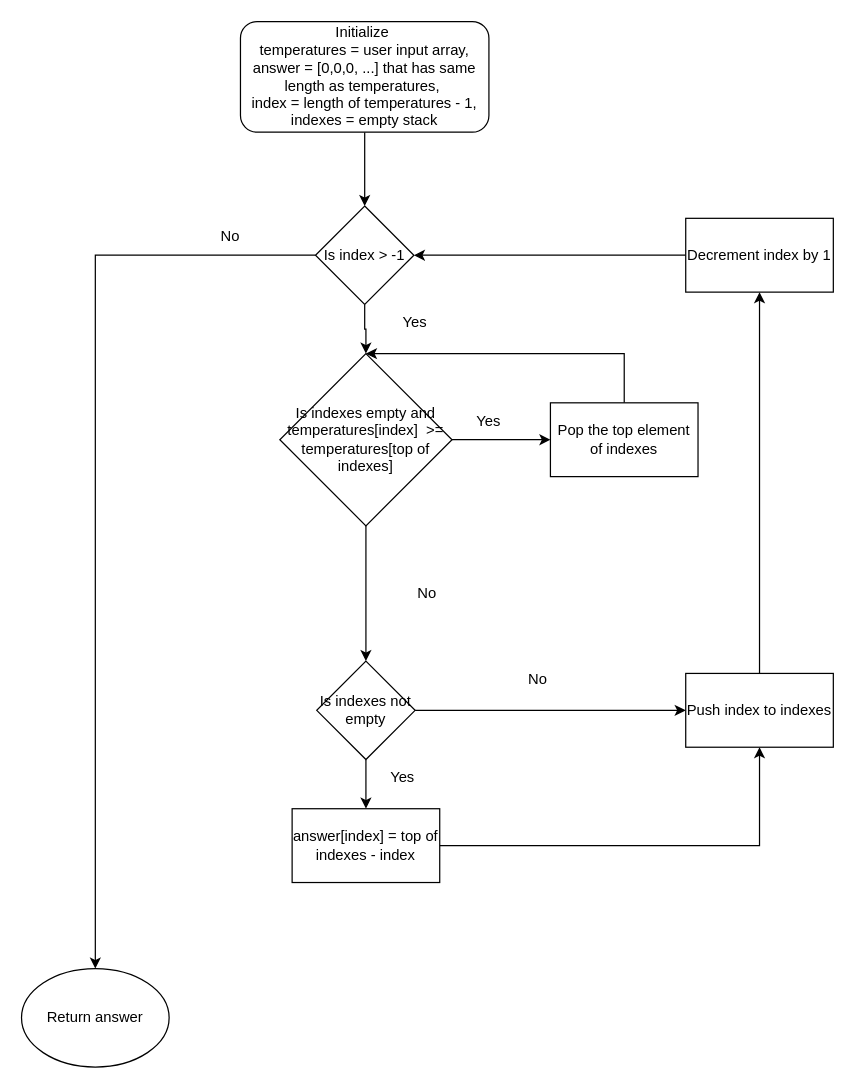
The draw.io diagram DailyWeather.drawio in kenglordpanda/CS797_FlowCharts, before the edit. Source tidied: cells renumbered, new cells numbered last; positions are measured from the earlier drawing's top-left corner, leaving out a move shared by most shapes. Both pictures are drawn from the tidied source at 123%, with x=0, y=0 at pixel (21, 21).
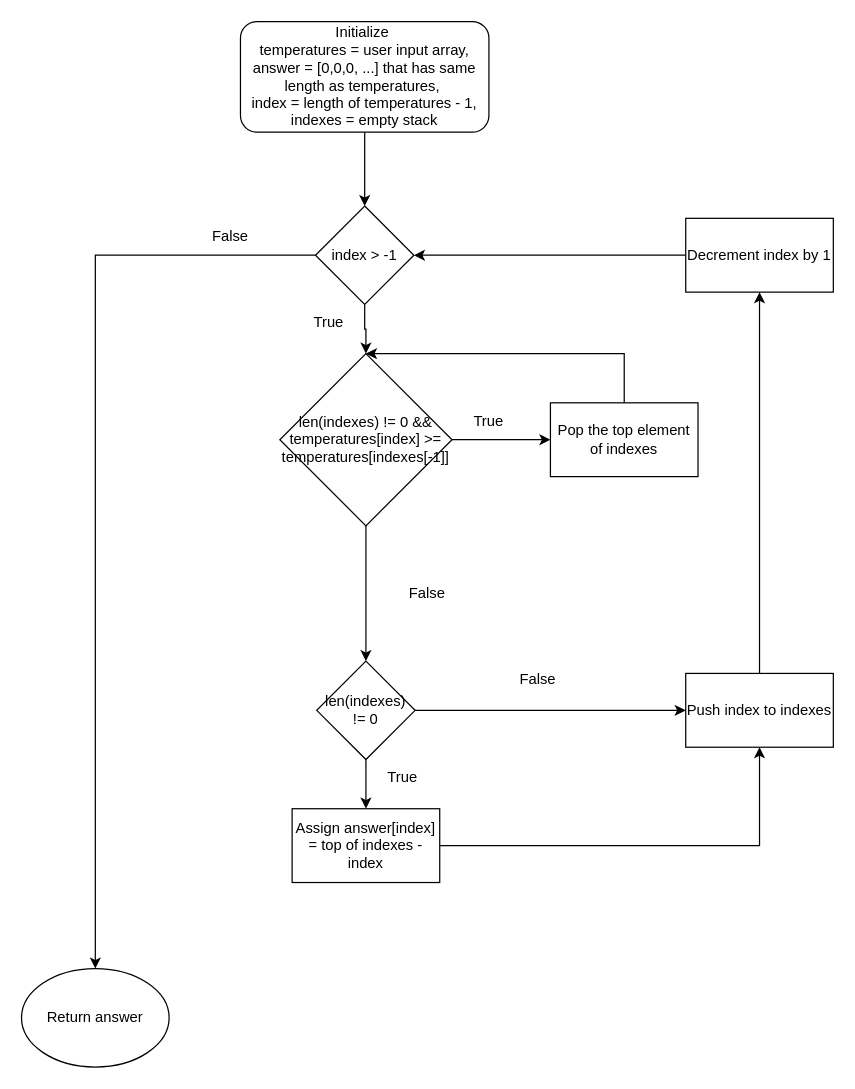
After the change.

Change to the diagram source:
```diff
@@
-    <mxCell id="6" value="Is index &amp;gt; -1" style="rhombus;whiteSpace=wrap;html=1;" parent="1" vertex="1">
+    <mxCell id="6" value="index &amp;gt; -1" style="rhombus;whiteSpace=wrap;html=1;" parent="1" vertex="1">
       <mxGeometry x="239" y="150" width="80" height="80" as="geometry" />
     </mxCell>
@@
-    <mxCell id="8" value="No" style="text;html=1;align=center;verticalAlign=middle;whiteSpace=wrap;rounded=0;" parent="1" vertex="1">
+    <mxCell id="8" value="False" style="text;html=1;align=center;verticalAlign=middle;whiteSpace=wrap;rounded=0;" parent="1" vertex="1">
       <mxGeometry x="140" y="160" width="60" height="30" as="geometry" />
     </mxCell>
-    <mxCell id="9" value="Yes" style="text;html=1;align=center;verticalAlign=middle;whiteSpace=wrap;rounded=0;" parent="1" vertex="1">
-      <mxGeometry x="290" y="230" width="60" height="30" as="geometry" />
+    <mxCell id="9" value="True" style="text;html=1;align=center;verticalAlign=middle;whiteSpace=wrap;rounded=0;" parent="1" vertex="1">
+      <mxGeometry x="220" y="230" width="60" height="30" as="geometry" />
     </mxCell>
@@
-    <mxCell id="12" value="Is indexes empty and temperatures[index]&amp;nbsp; &amp;gt;= temperatures[top of indexes]" style="rhombus;whiteSpace=wrap;html=1;" parent="1" vertex="1">
+    <mxCell id="12" value="len(indexes) != 0 &amp;amp;&amp;amp; temperatures[index] &amp;gt;= temperatures[indexes[-1]]" style="rhombus;whiteSpace=wrap;html=1;" parent="1" vertex="1">
       <mxGeometry x="210" y="270" width="140" height="140" as="geometry" />
     </mxCell>
@@
-    <mxCell id="15" value="Is indexes not empty" style="rhombus;whiteSpace=wrap;html=1;" parent="1" vertex="1">
+    <mxCell id="15" value="len(indexes) != 0" style="rhombus;whiteSpace=wrap;html=1;" parent="1" vertex="1">
       <mxGeometry x="240" y="520" width="80" height="80" as="geometry" />
     </mxCell>
@@
-    <mxCell id="18" value="Yes" style="text;html=1;align=center;verticalAlign=middle;whiteSpace=wrap;rounded=0;" parent="1" vertex="1">
+    <mxCell id="18" value="True" style="text;html=1;align=center;verticalAlign=middle;whiteSpace=wrap;rounded=0;" parent="1" vertex="1">
       <mxGeometry x="350" y="310" width="60" height="30" as="geometry" />
     </mxCell>
@@
-    <mxCell id="20" value="answer[index] = top of indexes - index" style="rounded=0;whiteSpace=wrap;html=1;" parent="1" vertex="1">
+    <mxCell id="20" value="Assign answer[index] = top of indexes - index" style="rounded=0;whiteSpace=wrap;html=1;" parent="1" vertex="1">
       <mxGeometry x="220" y="640" width="120" height="60" as="geometry" />
     </mxCell>
@@
-    <mxCell id="25" value="Yes" style="text;html=1;align=center;verticalAlign=middle;whiteSpace=wrap;rounded=0;" parent="1" vertex="1">
+    <mxCell id="25" value="True" style="text;html=1;align=center;verticalAlign=middle;whiteSpace=wrap;rounded=0;" parent="1" vertex="1">
       <mxGeometry x="280" y="600" width="60" height="30" as="geometry" />
     </mxCell>
-    <mxCell id="26" value="No" style="text;html=1;align=center;verticalAlign=middle;whiteSpace=wrap;rounded=0;" parent="1" vertex="1">
+    <mxCell id="26" value="False" style="text;html=1;align=center;verticalAlign=middle;whiteSpace=wrap;rounded=0;" parent="1" vertex="1">
       <mxGeometry x="300" y="450" width="60" height="30" as="geometry" />
     </mxCell>
-    <mxCell id="27" value="No" style="text;html=1;align=center;verticalAlign=middle;whiteSpace=wrap;rounded=0;" parent="1" vertex="1">
+    <mxCell id="27" value="False" style="text;html=1;align=center;verticalAlign=middle;whiteSpace=wrap;rounded=0;" parent="1" vertex="1">
       <mxGeometry x="390" y="520" width="60" height="30" as="geometry" />
     </mxCell>
```
